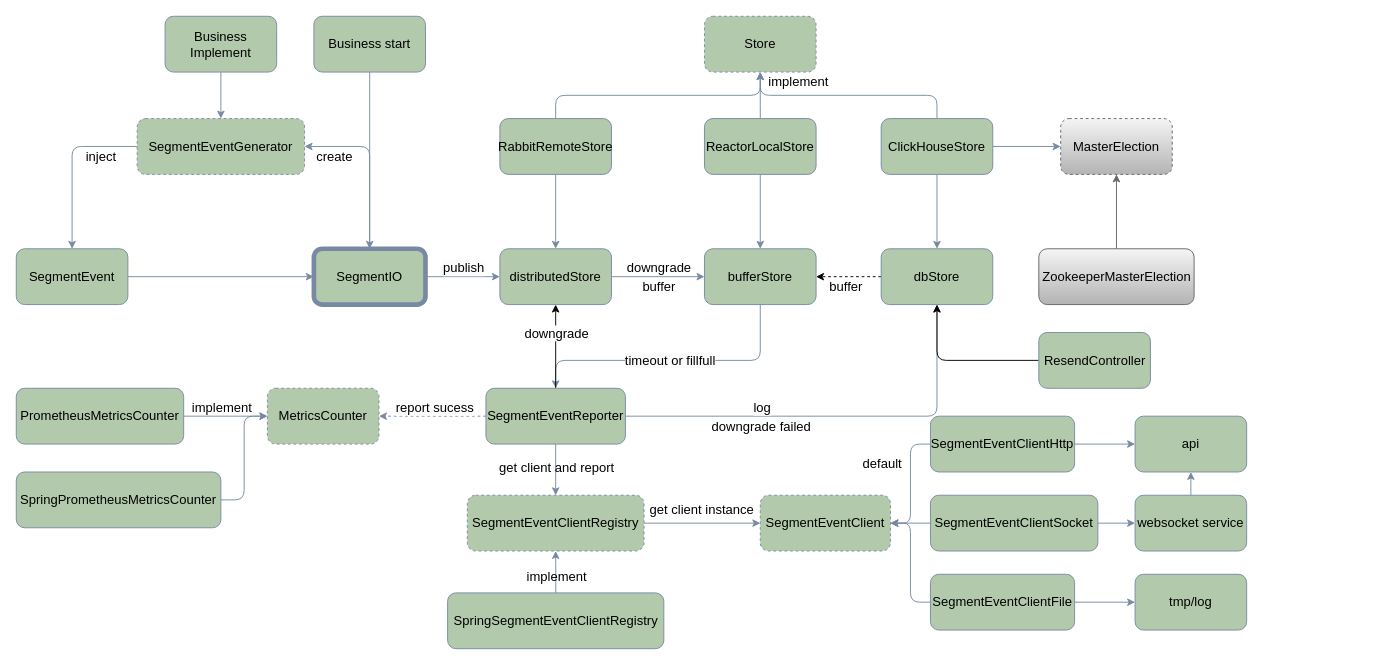
This is assets/SegmentEvent-V2.drawio from sheldon-pacvue/segmenet-event, a draw.io file, before an edit. Source tidied: cells renumbered, new cells numbered last; positions are measured from the earlier drawing's top-left corner, leaving out a move shared by most shapes. Both pictures are drawn from the tidied source at 93%, with x=0, y=0 at pixel (16, 16).
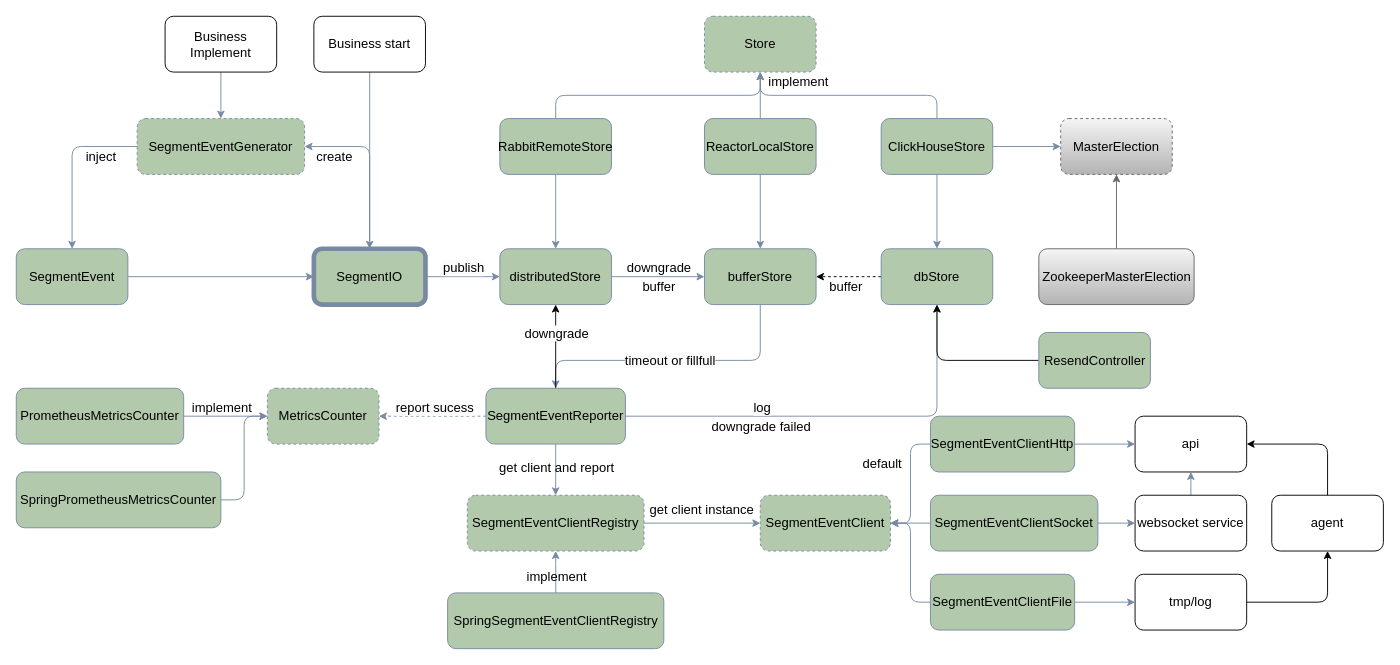
After the change.

Change to the diagram source:
```diff
@@
-    <mxCell id="20" value="Business Implement" style="rounded=1;whiteSpace=wrap;html=1;labelBackgroundColor=none;fontSize=14;fillColor=#B2C9AB;strokeColor=#788AA3;fontColor=#000000;" parent="1" vertex="1">
+    <mxCell id="20" value="Business Implement" style="rounded=1;whiteSpace=wrap;html=1;labelBackgroundColor=none;fontSize=14;fillColor=none;" parent="1" vertex="1">
       <mxGeometry x="160" width="120" height="60" as="geometry" />
     </mxCell>
@@
-    <mxCell id="22" value="Business start" style="rounded=1;whiteSpace=wrap;html=1;labelBackgroundColor=none;fontSize=14;fillColor=#B2C9AB;strokeColor=#788AA3;fontColor=#000000;" parent="1" vertex="1">
+    <mxCell id="22" value="Business start" style="rounded=1;whiteSpace=wrap;html=1;labelBackgroundColor=none;fontSize=14;fillColor=none;" parent="1" vertex="1">
       <mxGeometry x="320" width="120" height="60" as="geometry" />
     </mxCell>
@@
+    <mxCell id="80" style="edgeStyle=orthogonalEdgeStyle;rounded=1;jettySize=auto;html=1;exitX=1;exitY=0.5;exitDx=0;exitDy=0;entryX=0.5;entryY=1;entryDx=0;entryDy=0;" parent="1" edge="1" source="50" target="82">
+      <mxGeometry relative="1" as="geometry" />
+    </mxCell>
-    <mxCell id="50" value="tmp/log" style="rounded=1;whiteSpace=wrap;html=1;labelBackgroundColor=none;fontSize=14;fillColor=#B2C9AB;strokeColor=#788AA3;fontColor=#000000;" parent="1" vertex="1">
+    <mxCell id="50" value="tmp/log" style="rounded=1;whiteSpace=wrap;html=1;labelBackgroundColor=none;fontSize=14;fillColor=none;" parent="1" vertex="1">
       <mxGeometry x="1203" y="600" width="120" height="60" as="geometry" />
     </mxCell>
-    <mxCell id="51" value="api" style="rounded=1;whiteSpace=wrap;html=1;labelBackgroundColor=none;fontSize=14;fillColor=#B2C9AB;strokeColor=#788AA3;fontColor=#000000;" parent="1" vertex="1">
+    <mxCell id="51" value="api" style="rounded=1;whiteSpace=wrap;html=1;labelBackgroundColor=none;fontSize=14;fillColor=none;" parent="1" vertex="1">
       <mxGeometry x="1203" y="430" width="120" height="60" as="geometry" />
     </mxCell>
@@
-    <mxCell id="74" value="websocket service" style="rounded=1;whiteSpace=wrap;html=1;fontSize=14;labelBackgroundColor=none;fillColor=#B2C9AB;strokeColor=#788AA3;fontColor=#000000;" parent="1" vertex="1">
+    <mxCell id="74" value="websocket service" style="rounded=1;whiteSpace=wrap;html=1;fontSize=14;labelBackgroundColor=none;fillColor=none;" parent="1" vertex="1">
       <mxGeometry x="1203" y="515" width="120" height="60" as="geometry" />
     </mxCell>
@@
+    <mxCell id="81" style="edgeStyle=orthogonalEdgeStyle;rounded=1;jettySize=auto;html=1;exitX=0.5;exitY=0;exitDx=0;exitDy=0;entryX=1;entryY=0.5;entryDx=0;entryDy=0;" parent="1" edge="1" source="82" target="51">
+      <mxGeometry relative="1" as="geometry" />
+    </mxCell>
+    <mxCell id="82" value="agent" style="rounded=1;whiteSpace=wrap;html=1;labelBackgroundColor=none;fontSize=14;fillColor=none;" parent="1" vertex="1">
+      <mxGeometry x="1350" y="515" width="120" height="60" as="geometry" />
+    </mxCell>
```
